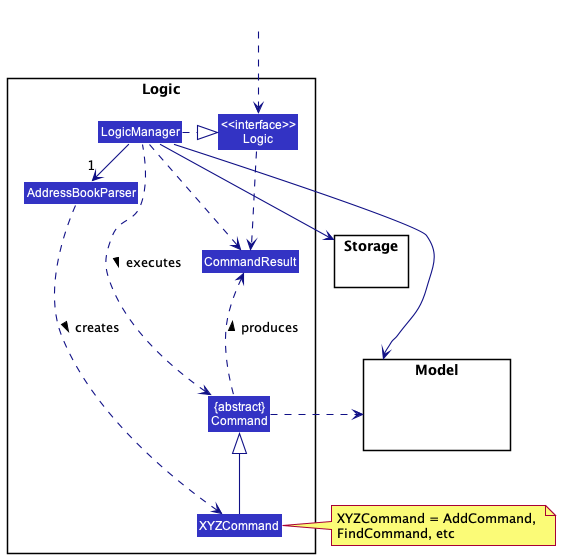
This is docs/images/LogicClassDiagram.png from nus-cs2103-AY2223S2/tp, a PlantUML export, as it was before one commit. Its source is kept beside it as docs/diagrams/LogicClassDiagram.puml.
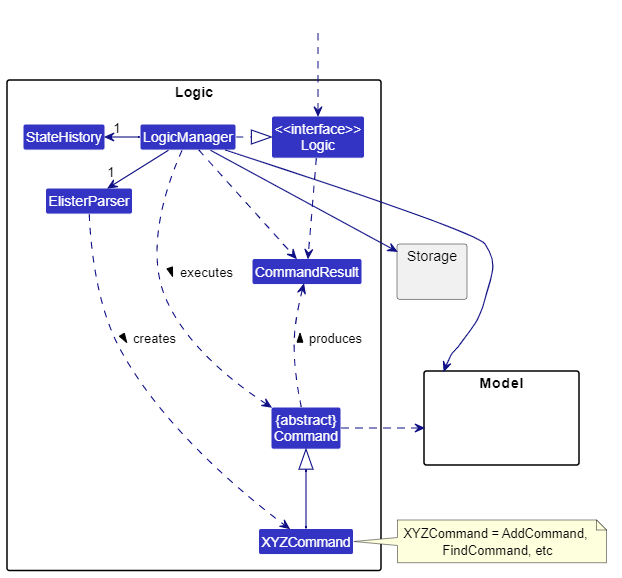
Above is the later version.

The edit, as a diff of the source:
```diff
@@ -10,7 +10,7 @@
 Class XYZCommand
 Class CommandResult
 Class "{abstract}\nCommand" as Command
-
+Class StateHistory
 
 Class "<<interface>>\nLogic" as Logic
 Class LogicManager
@@ -26,6 +26,7 @@
 Class HiddenOutside #FFFFFF
 HiddenOutside ..> Logic
 
+LogicManager -left->"1" StateHistory
 LogicManager .right.|> Logic
 LogicManager -right->"1" ElisterParser
 ElisterParser ..> XYZCommand : creates >
```
